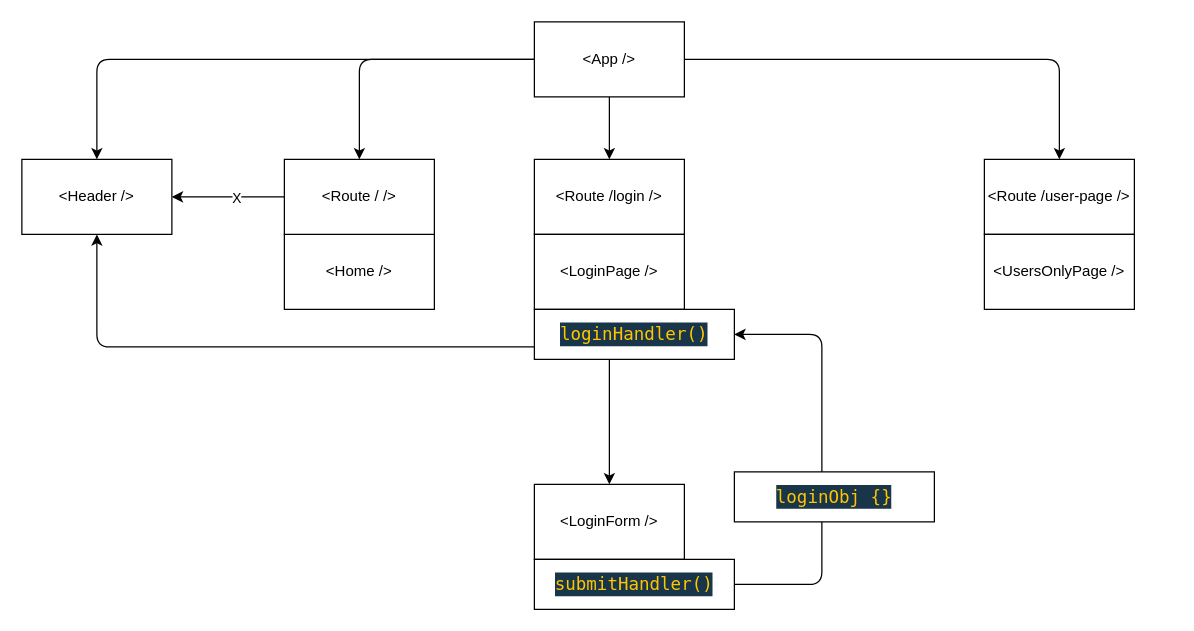
Above: draw.drawio in MariusCodeAcademy/feu2-12_r_context_api_useReducer (draw.io), before the change. Source tidied: cells renumbered, new cells numbered last; positions are measured from the earlier drawing's top-left corner, leaving out a move shared by most shapes. Both pictures are drawn from the tidied source at 125%, with x=0, y=0 at pixel (21, 21).
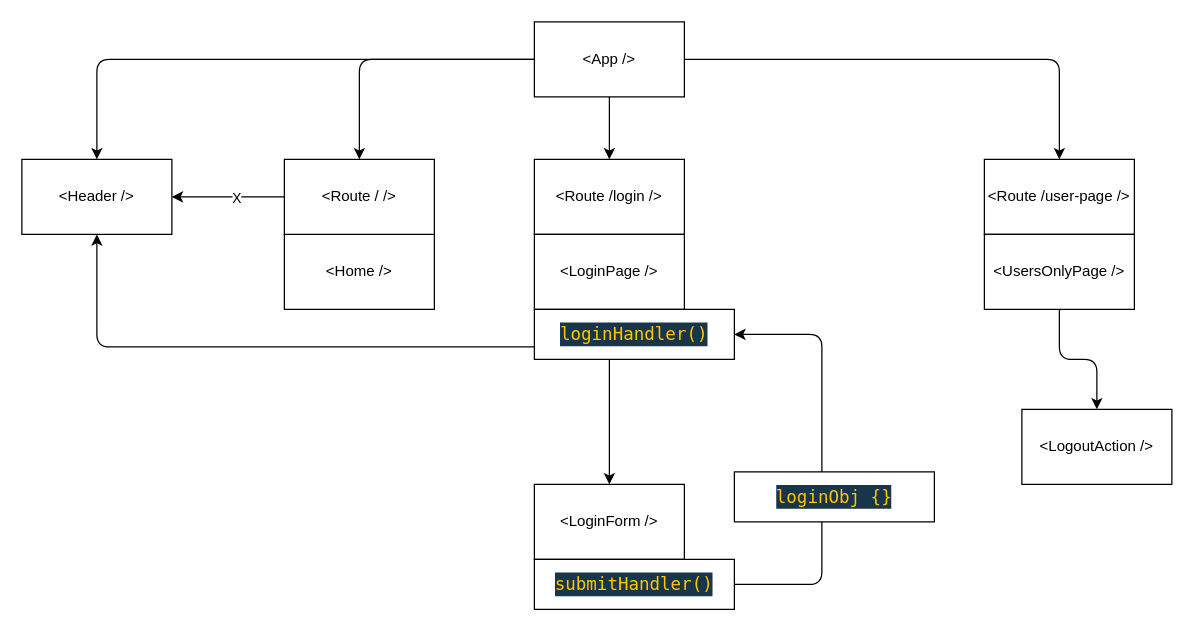
Above is the later version.

The change refers to these unchanged cells:
```xml
<mxCell id="16" value="&amp;lt;UsersOnlyPage /&amp;gt;" style="rounded=0;whiteSpace=wrap;html=1;" parent="1" vertex="1">
  <mxGeometry x="770" y="170" width="120" height="60" as="geometry" />
</mxCell>
```

Change to the diagram source:
```diff
@@
+    <mxCell id="23" style="edgeStyle=orthogonalEdgeStyle;html=1;entryX=0.5;entryY=0;entryDx=0;entryDy=0;" parent="1" edge="1" source="16" target="24">
+      <mxGeometry relative="1" as="geometry" />
+    </mxCell>
@@
+    <mxCell id="24" value="&amp;lt;LogoutAction /&amp;gt;" style="rounded=0;whiteSpace=wrap;html=1;" parent="1" vertex="1">
+      <mxGeometry x="800" y="310" width="120" height="60" as="geometry" />
+    </mxCell>
```
